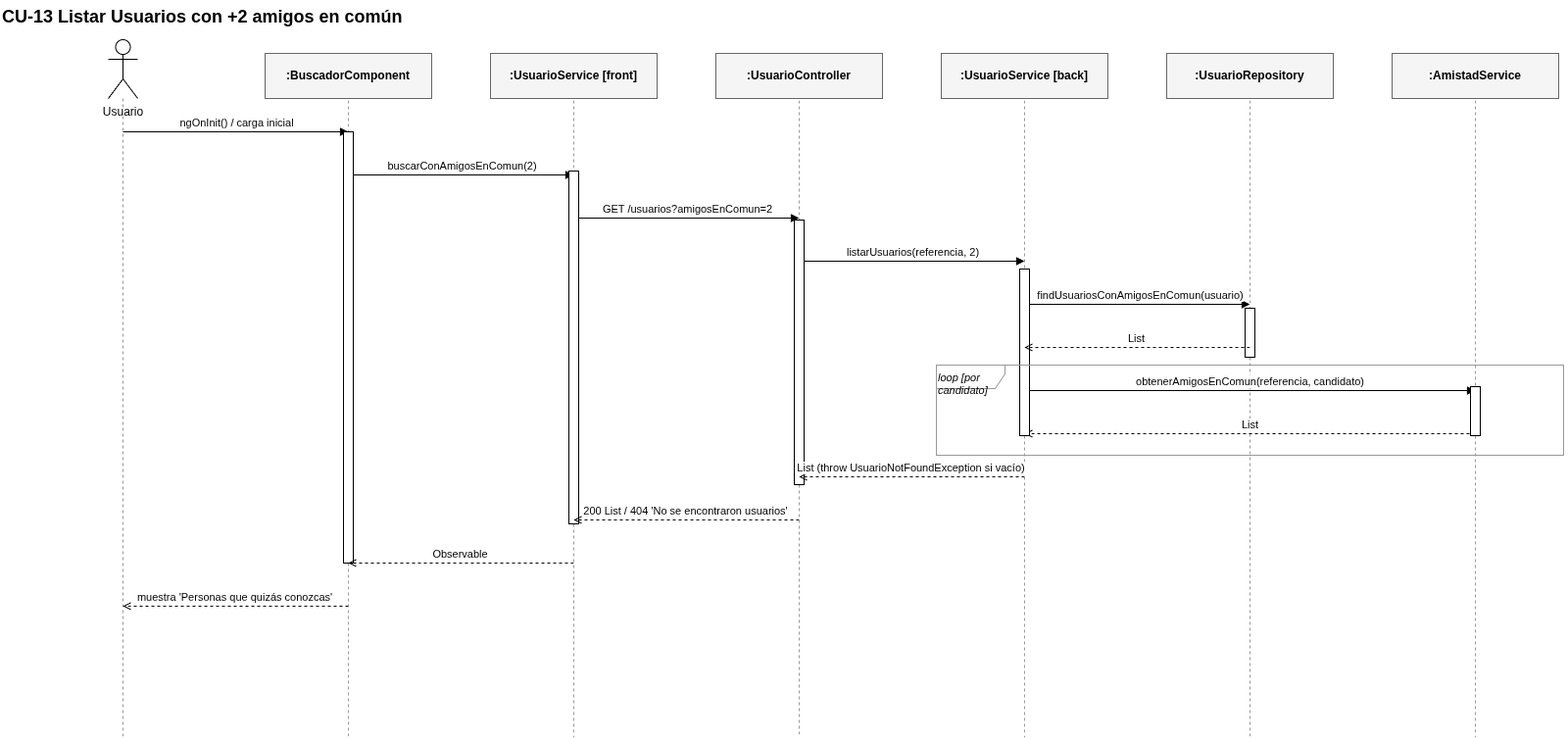
Above: docs/diseño/diag_sec/diag_sec-CU-13_NEW.png in tinchosalvatore/final_IngSoft_MartinSalvatore (draw.io), before the change. Source tidied: cells renumbered, new cells last; positions are measured from the earlier drawing's top-left corner, leaving out a move shared by most shapes.
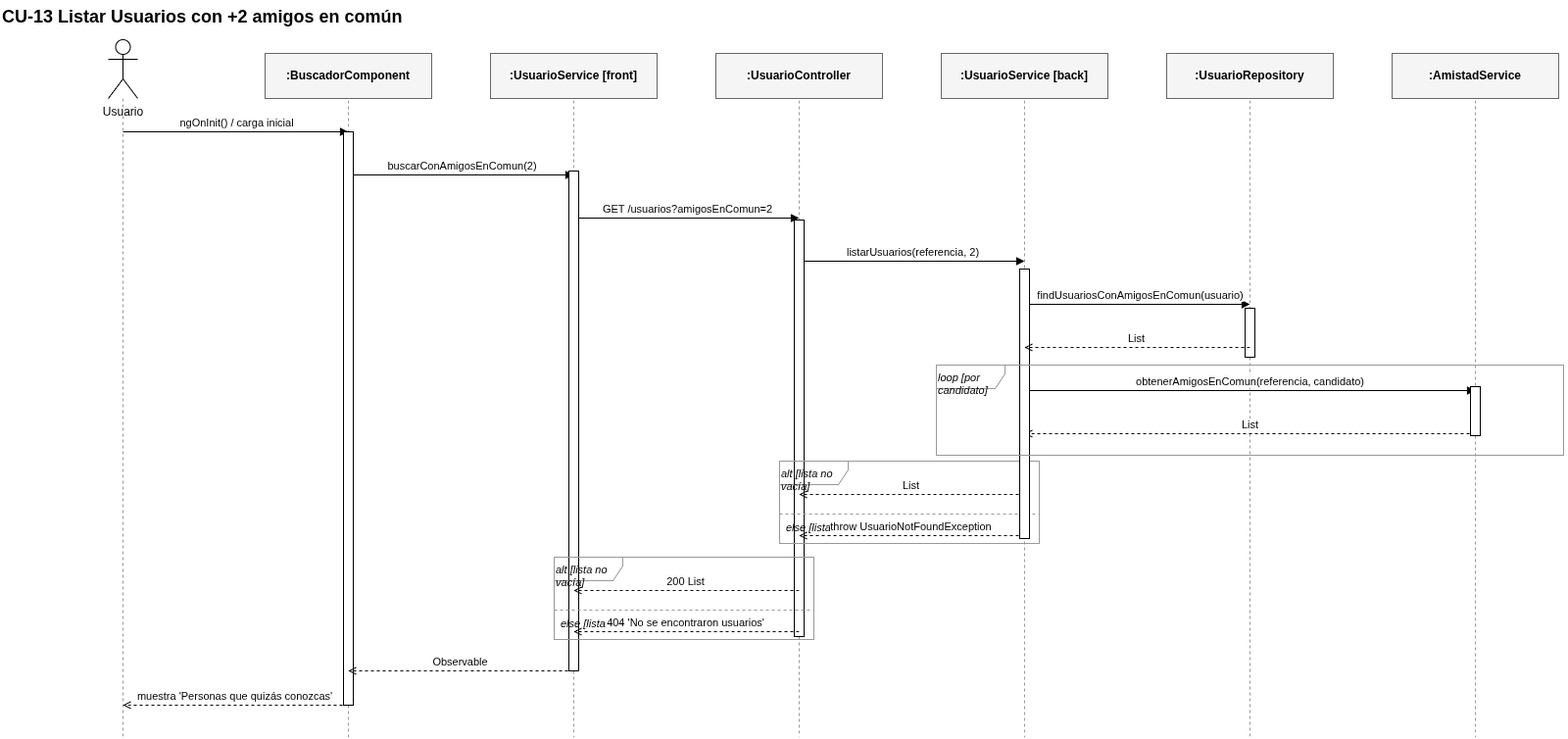
The same file after the commit.

What changed in the source:
```diff
@@ -104,8 +104,8 @@
     </mxCell>
     <mxCell id="23" value="muestra 'Personas que quizás conozcas'" style="html=1;endArrow=open;endFill=0;dashed=1;rounded=0;verticalAlign=bottom;" parent="1" edge="1">
       <mxGeometry relative="1" as="geometry">
-        <mxPoint x="355" y="618" as="sourcePoint" />
-        <mxPoint x="125" y="618" as="targetPoint" />
+        <mxPoint x="355" y="719" as="sourcePoint" />
+        <mxPoint x="125" y="719" as="targetPoint" />
       </mxGeometry>
     </mxCell>
     <mxCell id="24" value="&lt;font style=&quot;font-size: 18px;&quot;&gt;CU-13 Listar Usuarios con +2 amigos en común&lt;/font&gt;" style="text;html=1;align=left;fontSize=14;fontStyle=1;" parent="1" vertex="1">
@@ -117,7 +117,7 @@
       </mxGeometry>
     </mxCell>
     <mxCell id="26" style="html=1;points=[[0,0,0,0,5],[0,1,0,0,-5],[1,0,0,0,5],[1,1,0,0,-5]];perimeter=orthogonalPerimeter;outlineConnect=0;targetShapes=umlLifeline;portConstraint=eastwest;newEdgeStyle={&quot;curved&quot;:0,&quot;rounded&quot;:0};" parent="1" vertex="1">
-      <mxGeometry x="350" y="134" width="10" height="440" as="geometry" />
+      <mxGeometry x="350" y="134" width="10" height="585" as="geometry" />
     </mxCell>
     <mxCell id="27" style="endArrow=none;dashed=1;html=1;strokeColor=#999999;" parent="1" edge="1" target="28">
       <mxGeometry relative="1" as="geometry">
@@ -125,7 +125,7 @@
       </mxGeometry>
     </mxCell>
     <mxCell id="28" style="html=1;points=[[0,0,0,0,5],[0,1,0,0,-5],[1,0,0,0,5],[1,1,0,0,-5]];perimeter=orthogonalPerimeter;outlineConnect=0;targetShapes=umlLifeline;portConstraint=eastwest;newEdgeStyle={&quot;curved&quot;:0,&quot;rounded&quot;:0};" parent="1" vertex="1">
-      <mxGeometry x="580" y="174" width="10" height="360" as="geometry" />
+      <mxGeometry x="580" y="174" width="10" height="510" as="geometry" />
     </mxCell>
     <mxCell id="29" style="endArrow=none;dashed=1;html=1;strokeColor=#999999;" parent="1" edge="1" target="30">
       <mxGeometry relative="1" as="geometry">
@@ -133,21 +133,39 @@
       </mxGeometry>
     </mxCell>
     <mxCell id="30" style="html=1;points=[[0,0,0,0,5],[0,1,0,0,-5],[1,0,0,0,5],[1,1,0,0,-5]];perimeter=orthogonalPerimeter;outlineConnect=0;targetShapes=umlLifeline;portConstraint=eastwest;newEdgeStyle={&quot;curved&quot;:0,&quot;rounded&quot;:0};" parent="1" vertex="1">
-      <mxGeometry x="810" y="224" width="10" height="270" as="geometry" />
+      <mxGeometry x="810" y="224" width="10" height="425" as="geometry" />
     </mxCell>
-    <mxCell id="31" value="List&lt;UsuarioDTO&gt;  (throw UsuarioNotFoundException si vacío)" style="html=1;endArrow=open;endFill=0;dashed=1;rounded=0;verticalAlign=bottom;" parent="1" edge="1">
-      <mxGeometry relative="1" as="geometry">
-        <mxPoint x="1045" y="486" as="sourcePoint" />
-        <mxPoint x="815" y="486" as="targetPoint" />
-      </mxGeometry>
-    </mxCell>
+    <mxCell id="41" value="alt [lista no vacía]" style="shape=umlFrame;whiteSpace=wrap;html=1;fillColor=none;strokeColor=#999999;verticalAlign=top;align=left;fontSize=11;fontStyle=2;width=70;height=24;" parent="1" vertex="1">
+      <mxGeometry x="795" y="470" width="265" height="84" as="geometry" />
+    </mxCell>
+    <mxCell id="42" value="List&lt;UsuarioDTO&gt;" style="html=1;endArrow=open;endFill=0;dashed=1;rounded=0;verticalAlign=bottom;" parent="1" edge="1">
+      <mxGeometry relative="1" as="geometry">
+        <mxPoint x="1045" y="504" as="sourcePoint" />
+        <mxPoint x="815" y="504" as="targetPoint" />
+      </mxGeometry>
+    </mxCell>
+    <mxCell id="43" style="endArrow=none;dashed=1;html=1;strokeColor=#999999;" parent="1" edge="1">
+      <mxGeometry relative="1" as="geometry">
+        <mxPoint x="795" y="524" as="sourcePoint" />
+        <mxPoint x="1060" y="524" as="targetPoint" />
+      </mxGeometry>
+    </mxCell>
+    <mxCell id="44" value="else [lista vacía]" style="text;html=1;align=left;fontSize=11;fontStyle=2;" parent="1" vertex="1">
+      <mxGeometry x="800" y="525" width="160" height="18" as="geometry" />
+    </mxCell>
+    <mxCell id="45" value="throw UsuarioNotFoundException" style="html=1;endArrow=open;endFill=0;dashed=1;rounded=0;verticalAlign=bottom;" parent="1" edge="1">
+      <mxGeometry relative="1" as="geometry">
+        <mxPoint x="1045" y="546" as="sourcePoint" />
+        <mxPoint x="815" y="546" as="targetPoint" />
+      </mxGeometry>
+    </mxCell>
     <mxCell id="32" style="html=1;endArrow=block;endFill=1;rounded=0;verticalAlign=bottom;" parent="1" edge="1" target="33">
       <mxGeometry relative="1" as="geometry">
         <mxPoint x="1045" y="310" as="sourcePoint" />
       </mxGeometry>
     </mxCell>
     <mxCell id="33" style="html=1;points=[[0,0,0,0,5],[0,1,0,0,-5],[1,0,0,0,5],[1,1,0,0,-5]];perimeter=orthogonalPerimeter;outlineConnect=0;targetShapes=umlLifeline;portConstraint=eastwest;newEdgeStyle={&quot;curved&quot;:0,&quot;rounded&quot;:0};" parent="1" vertex="1">
-      <mxGeometry x="1040" y="274" width="10" height="170" as="geometry" />
+      <mxGeometry x="1040" y="274" width="10" height="275" as="geometry" />
     </mxCell>
     <mxCell id="34" value="loop [por candidato]" style="shape=umlFrame;whiteSpace=wrap;html=1;fillColor=none;strokeColor=#999999;verticalAlign=top;align=left;fontSize=11;fontStyle=2;width=70;height=24;" parent="1" vertex="1">
       <mxGeometry x="955" y="372" width="640" height="92" as="geometry" />
@@ -165,16 +183,34 @@
     </mxCell>
     <mxCell id="38" value="Observable&lt;Usuario[]&gt;" style="html=1;endArrow=open;endFill=0;dashed=1;rounded=0;verticalAlign=bottom;" parent="1" edge="1">
       <mxGeometry relative="1" as="geometry">
-        <mxPoint x="585" y="574" as="sourcePoint" />
-        <mxPoint x="355" y="574" as="targetPoint" />
+        <mxPoint x="585" y="684" as="sourcePoint" />
+        <mxPoint x="355" y="684" as="targetPoint" />
       </mxGeometry>
     </mxCell>
-    <mxCell id="39" value="200 List&lt;UsuarioDTO&gt;  /  404 'No se encontraron usuarios'" style="html=1;endArrow=open;endFill=0;dashed=1;rounded=0;verticalAlign=bottom;" parent="1" edge="1">
-      <mxGeometry relative="1" as="geometry">
-        <mxPoint x="815" y="530" as="sourcePoint" />
-        <mxPoint x="585" y="530" as="targetPoint" />
-      </mxGeometry>
-    </mxCell>
+    <mxCell id="46" value="alt [lista no vacía]" style="shape=umlFrame;whiteSpace=wrap;html=1;fillColor=none;strokeColor=#999999;verticalAlign=top;align=left;fontSize=11;fontStyle=2;width=70;height=24;" parent="1" vertex="1">
+      <mxGeometry x="565" y="568" width="265" height="84" as="geometry" />
+    </mxCell>
+    <mxCell id="47" value="200 List&lt;UsuarioDTO&gt;" style="html=1;endArrow=open;endFill=0;dashed=1;rounded=0;verticalAlign=bottom;" parent="1" edge="1">
+      <mxGeometry relative="1" as="geometry">
+        <mxPoint x="815" y="602" as="sourcePoint" />
+        <mxPoint x="585" y="602" as="targetPoint" />
+      </mxGeometry>
+    </mxCell>
+    <mxCell id="48" style="endArrow=none;dashed=1;html=1;strokeColor=#999999;" parent="1" edge="1">
+      <mxGeometry relative="1" as="geometry">
+        <mxPoint x="565" y="622" as="sourcePoint" />
+        <mxPoint x="830" y="622" as="targetPoint" />
+      </mxGeometry>
+    </mxCell>
+    <mxCell id="49" value="else [lista vacía]" style="text;html=1;align=left;fontSize=11;fontStyle=2;" parent="1" vertex="1">
+      <mxGeometry x="570" y="623" width="160" height="18" as="geometry" />
+    </mxCell>
+    <mxCell id="50" value="404 'No se encontraron usuarios'" style="html=1;endArrow=open;endFill=0;dashed=1;rounded=0;verticalAlign=bottom;" parent="1" edge="1">
+      <mxGeometry relative="1" as="geometry">
+        <mxPoint x="815" y="644" as="sourcePoint" />
+        <mxPoint x="585" y="644" as="targetPoint" />
+      </mxGeometry>
+    </mxCell>
     <mxCell id="40" value="List&lt;Usuario&gt;" style="html=1;endArrow=open;endFill=0;dashed=1;rounded=0;verticalAlign=bottom;" parent="1" edge="1">
       <mxGeometry relative="1" as="geometry">
         <mxPoint x="1275" y="354" as="sourcePoint" />
```
